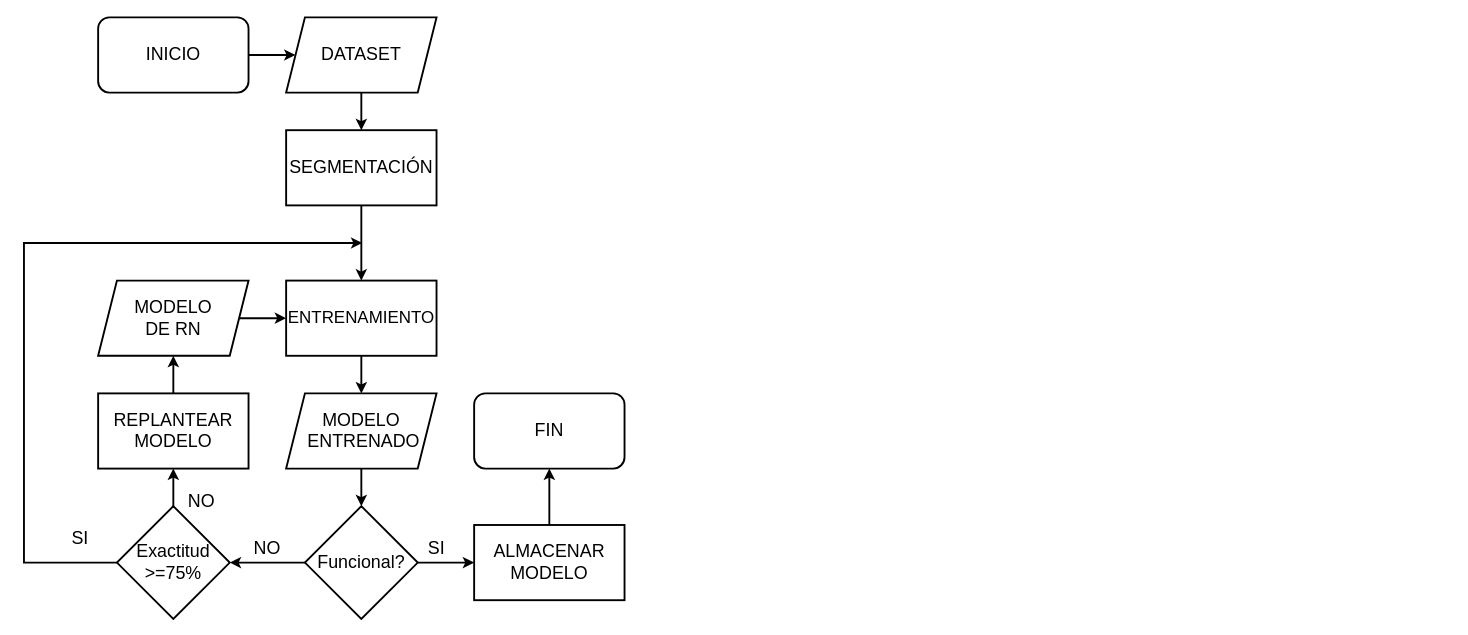
christiantorres29/DEMETER keeps this draw.io diagram as DIAGRAMS/DIAGRAMA-FLUJO.drawio. Above is the earlier version. Source tidied: cells renumbered, new cells numbered last; positions are measured from the earlier drawing's top-left corner, leaving out a move shared by most shapes. Both pictures are drawn from the tidied source at 94%, with x=0, y=0 at pixel (24, 17).
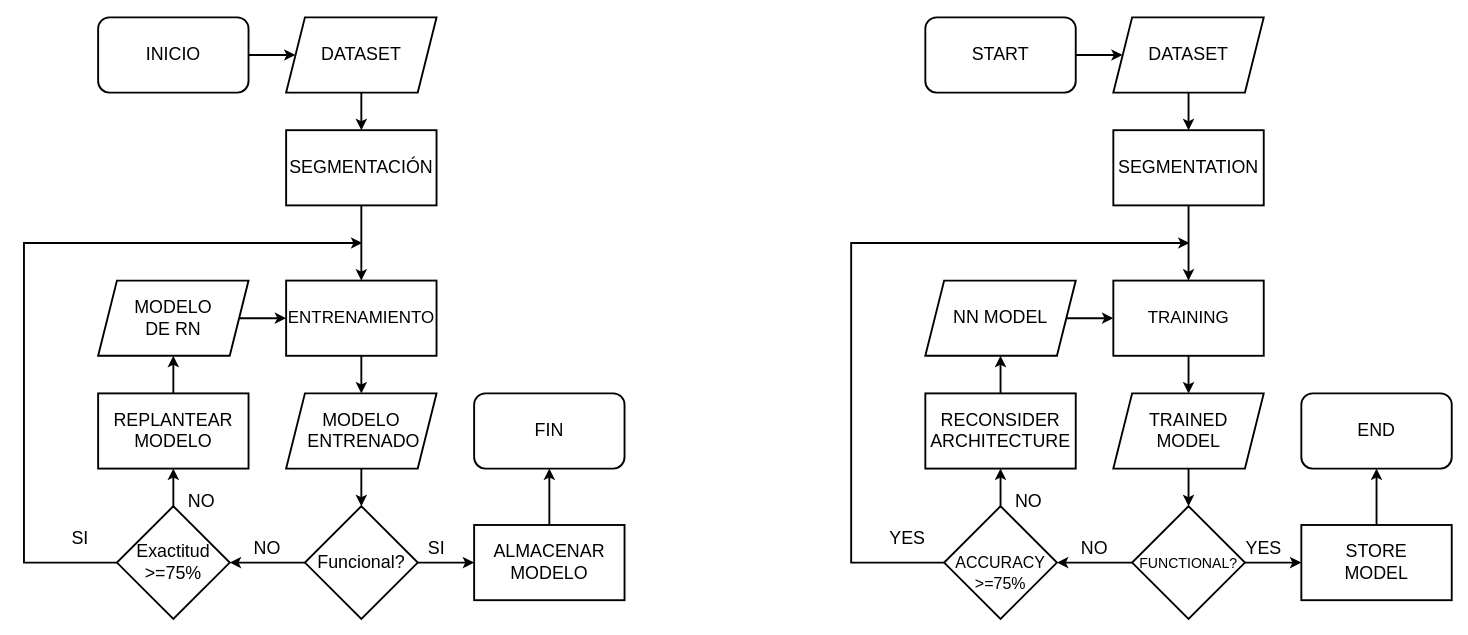
Above is the later version.

The edit, as a diff of the source:
```diff
@@
+    <mxCell id="29" style="edgeStyle=orthogonalEdgeStyle;rounded=0;jettySize=auto;html=1;strokeWidth=2;fontSize=19;" parent="1" edge="1" source="30" target="34">
+      <mxGeometry relative="1" as="geometry" />
+    </mxCell>
+    <mxCell id="30" value="&lt;font style=&quot;font-size: 19px;&quot;&gt;START&lt;/font&gt;" style="rounded=1;whiteSpace=wrap;html=1;strokeWidth=2;fontSize=19;" parent="1" vertex="1">
+      <mxGeometry x="958.9" width="160" height="80" as="geometry" />
+    </mxCell>
+    <mxCell id="31" style="edgeStyle=orthogonalEdgeStyle;rounded=0;jettySize=auto;html=1;strokeWidth=2;fontSize=19;entryX=0.5;entryY=0;entryDx=0;entryDy=0;" parent="1" edge="1" source="32" target="36">
+      <mxGeometry relative="1" as="geometry" />
+    </mxCell>
+    <mxCell id="32" value="&lt;font style=&quot;font-size: 19px;&quot;&gt;SEGMENTATION&lt;/font&gt;" style="rounded=0;whiteSpace=wrap;html=1;strokeWidth=2;fontSize=19;" parent="1" vertex="1">
+      <mxGeometry x="1158.9" y="120" width="160" height="80" as="geometry" />
+    </mxCell>
+    <mxCell id="33" style="edgeStyle=orthogonalEdgeStyle;rounded=0;jettySize=auto;html=1;strokeWidth=2;fontSize=19;" parent="1" edge="1" source="34" target="32">
+      <mxGeometry relative="1" as="geometry" />
+    </mxCell>
+    <mxCell id="34" value="&lt;font style=&quot;font-size: 19px;&quot;&gt;DATASET&lt;/font&gt;" style="shape=parallelogram;perimeter=parallelogramPerimeter;whiteSpace=wrap;html=1;fixedSize=1;strokeWidth=2;fontSize=19;" parent="1" vertex="1">
+      <mxGeometry x="1158.9" width="160" height="80" as="geometry" />
+    </mxCell>
+    <mxCell id="35" style="edgeStyle=orthogonalEdgeStyle;rounded=0;jettySize=auto;html=1;strokeWidth=2;fontSize=19;" parent="1" edge="1" source="36" target="40">
+      <mxGeometry relative="1" as="geometry" />
+    </mxCell>
+    <mxCell id="36" value="&lt;font style=&quot;font-size: 18px;&quot;&gt;TRAINING&lt;/font&gt;" style="whiteSpace=wrap;html=1;rounded=0;strokeWidth=2;fontSize=19;" parent="1" vertex="1">
+      <mxGeometry x="1158.9" y="280" width="160" height="80" as="geometry" />
+    </mxCell>
+    <mxCell id="37" style="edgeStyle=orthogonalEdgeStyle;rounded=0;jettySize=auto;html=1;fontSize=19;strokeWidth=2;" parent="1" edge="1" source="38" target="36">
+      <mxGeometry relative="1" as="geometry" />
+    </mxCell>
+    <mxCell id="38" value="&lt;font style=&quot;font-size: 19px;&quot;&gt;NN MODEL&lt;br style=&quot;font-size: 19px;&quot;&gt;&lt;/font&gt;" style="shape=parallelogram;perimeter=parallelogramPerimeter;whiteSpace=wrap;html=1;fixedSize=1;strokeWidth=2;fontSize=19;" parent="1" vertex="1">
+      <mxGeometry x="958.9" y="280" width="160" height="80" as="geometry" />
+    </mxCell>
+    <mxCell id="39" style="edgeStyle=orthogonalEdgeStyle;rounded=0;jettySize=auto;html=1;strokeWidth=2;fontSize=19;" parent="1" edge="1" source="40" target="43">
+      <mxGeometry relative="1" as="geometry" />
+    </mxCell>
+    <mxCell id="40" value="&lt;font style=&quot;font-size: 19px;&quot;&gt;TRAINED &lt;br&gt;MODEL&lt;br style=&quot;font-size: 19px;&quot;&gt;&lt;/font&gt;" style="shape=parallelogram;perimeter=parallelogramPerimeter;whiteSpace=wrap;html=1;fixedSize=1;strokeWidth=2;fontSize=19;" parent="1" vertex="1">
+      <mxGeometry x="1158.9" y="400" width="160" height="80" as="geometry" />
+    </mxCell>
+    <mxCell id="41" style="edgeStyle=orthogonalEdgeStyle;rounded=0;jettySize=auto;html=1;strokeWidth=2;fontSize=19;" parent="1" edge="1" source="43" target="45">
+      <mxGeometry relative="1" as="geometry" />
+    </mxCell>
+    <mxCell id="42" style="edgeStyle=orthogonalEdgeStyle;rounded=0;jettySize=auto;html=1;strokeWidth=2;fontSize=19;" parent="1" edge="1" source="43" target="49">
+      <mxGeometry relative="1" as="geometry" />
+    </mxCell>
+    <mxCell id="43" value="&lt;font style=&quot;font-size: 15px;&quot;&gt;FUNCTIONAL?&lt;/font&gt;" style="rhombus;whiteSpace=wrap;html=1;fontSize=19;strokeWidth=2;" parent="1" vertex="1">
+      <mxGeometry x="1178.9" y="520" width="120" height="120" as="geometry" />
+    </mxCell>
+    <mxCell id="44" style="edgeStyle=orthogonalEdgeStyle;rounded=0;jettySize=auto;html=1;strokeWidth=2;fontSize=19;" parent="1" edge="1" source="45" target="55">
+      <mxGeometry relative="1" as="geometry" />
+    </mxCell>
+    <mxCell id="45" value="&lt;font style=&quot;font-size: 19px;&quot;&gt;STORE&lt;br&gt;MODEL&lt;br style=&quot;font-size: 19px;&quot;&gt;&lt;/font&gt;" style="rounded=0;whiteSpace=wrap;html=1;strokeWidth=2;fontSize=19;" parent="1" vertex="1">
+      <mxGeometry x="1358.9" y="540" width="160" height="80" as="geometry" />
+    </mxCell>
+    <mxCell id="46" value="&lt;font style=&quot;font-size: 19px;&quot;&gt;YES&lt;/font&gt;" style="text;html=1;strokeColor=none;fillColor=none;align=center;verticalAlign=middle;whiteSpace=wrap;rounded=0;strokeWidth=2;fontSize=19;" parent="1" vertex="1">
+      <mxGeometry x="1288.9" y="550" width="60" height="30" as="geometry" />
+    </mxCell>
+    <mxCell id="47" style="edgeStyle=orthogonalEdgeStyle;rounded=0;jettySize=auto;html=1;strokeWidth=2;fontSize=19;" parent="1" edge="1" source="49" target="51">
+      <mxGeometry relative="1" as="geometry" />
+    </mxCell>
+    <mxCell id="48" style="edgeStyle=orthogonalEdgeStyle;rounded=0;jettySize=auto;html=1;strokeWidth=2;fontSize=19;exitX=0;exitY=0.5;exitDx=0;exitDy=0;" parent="1" edge="1" source="49">
+      <mxGeometry relative="1" as="geometry">
+        <mxPoint x="1240" y="240" as="targetPoint" />
+        <Array as="points">
+          <mxPoint x="880" y="580" />
+          <mxPoint x="880" y="240" />
+        </Array>
+      </mxGeometry>
+    </mxCell>
+    <mxCell id="49" value="&lt;font style=&quot;font-size: 17px;&quot;&gt;&lt;br&gt;ACCURACY&lt;br style=&quot;&quot;&gt;&amp;gt;=75%&lt;/font&gt;" style="rhombus;whiteSpace=wrap;html=1;fontSize=19;strokeWidth=2;" parent="1" vertex="1">
+      <mxGeometry x="978.9" y="520" width="120" height="120" as="geometry" />
+    </mxCell>
+    <mxCell id="50" style="edgeStyle=orthogonalEdgeStyle;rounded=0;jettySize=auto;html=1;fontSize=19;strokeWidth=2;" parent="1" edge="1" source="51" target="38">
+      <mxGeometry relative="1" as="geometry" />
+    </mxCell>
+    <mxCell id="51" value="&lt;div class=&quot;flex flex-grow flex-col gap-3&quot;&gt;&lt;div class=&quot;min-h-[20px] flex items-start overflow-x-auto whitespace-pre-wrap break-words flex-col gap-4&quot;&gt;&lt;div class=&quot;markdown prose w-full break-words dark:prose-invert light&quot;&gt;&lt;p&gt;&lt;font style=&quot;font-size: 19px;&quot;&gt;RECONSIDER ARCHITECTURE&lt;/font&gt;&lt;/p&gt;&lt;/div&gt;&lt;/div&gt;&lt;/div&gt;" style="whiteSpace=wrap;html=1;rounded=0;strokeWidth=2;fontSize=19;" parent="1" vertex="1">
+      <mxGeometry x="958.9" y="400" width="160" height="80" as="geometry" />
+    </mxCell>
+    <mxCell id="52" value="&lt;font style=&quot;font-size: 19px;&quot;&gt;NO&lt;/font&gt;" style="text;html=1;strokeColor=none;fillColor=none;align=center;verticalAlign=middle;whiteSpace=wrap;rounded=0;strokeWidth=2;fontSize=19;" parent="1" vertex="1">
+      <mxGeometry x="1108.9" y="550" width="60" height="30" as="geometry" />
+    </mxCell>
+    <mxCell id="53" value="&lt;font style=&quot;font-size: 19px;&quot;&gt;YES&lt;/font&gt;" style="text;html=1;strokeColor=none;fillColor=none;align=center;verticalAlign=middle;whiteSpace=wrap;rounded=0;strokeWidth=2;fontSize=19;" parent="1" vertex="1">
+      <mxGeometry x="910" y="540" width="60" height="30" as="geometry" />
+    </mxCell>
+    <mxCell id="54" value="&lt;font style=&quot;font-size: 19px;&quot;&gt;NO&lt;/font&gt;" style="text;html=1;strokeColor=none;fillColor=none;align=center;verticalAlign=middle;whiteSpace=wrap;rounded=0;strokeWidth=2;fontSize=19;" parent="1" vertex="1">
+      <mxGeometry x="1038.9" y="500" width="60" height="30" as="geometry" />
+    </mxCell>
+    <mxCell id="55" value="END" style="rounded=1;whiteSpace=wrap;html=1;strokeWidth=2;fontSize=19;" parent="1" vertex="1">
+      <mxGeometry x="1358.9" y="400" width="160" height="80" as="geometry" />
+    </mxCell>
```
